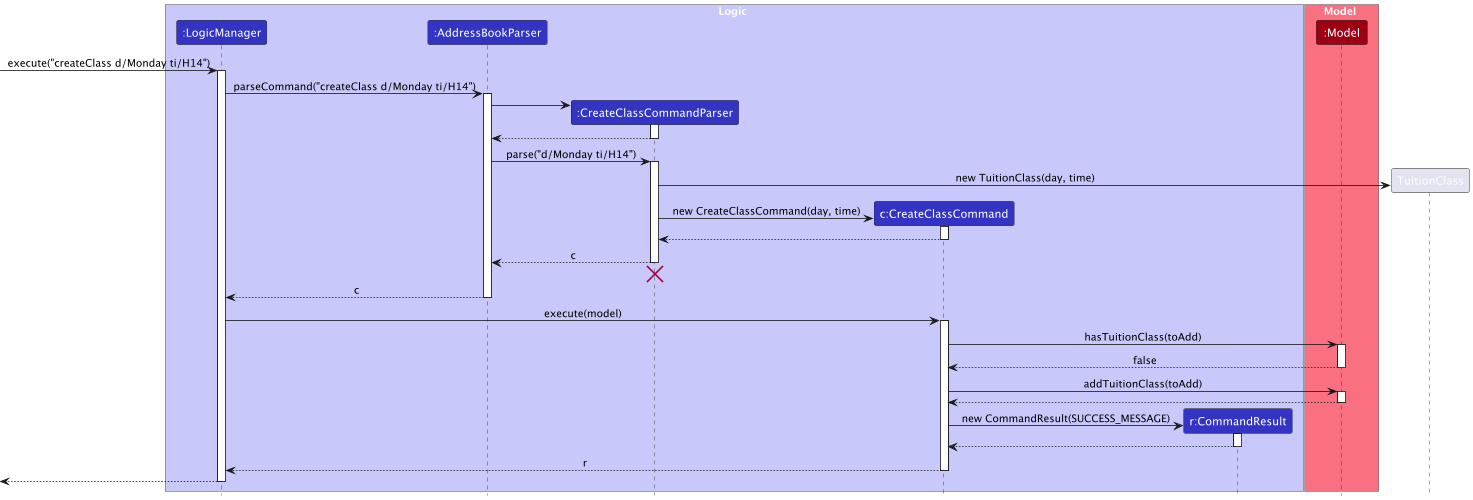
estherkyx/tp keeps this PlantUML diagram as docs/images/CreateClassCommandDiagram.png. Above is the earlier version.
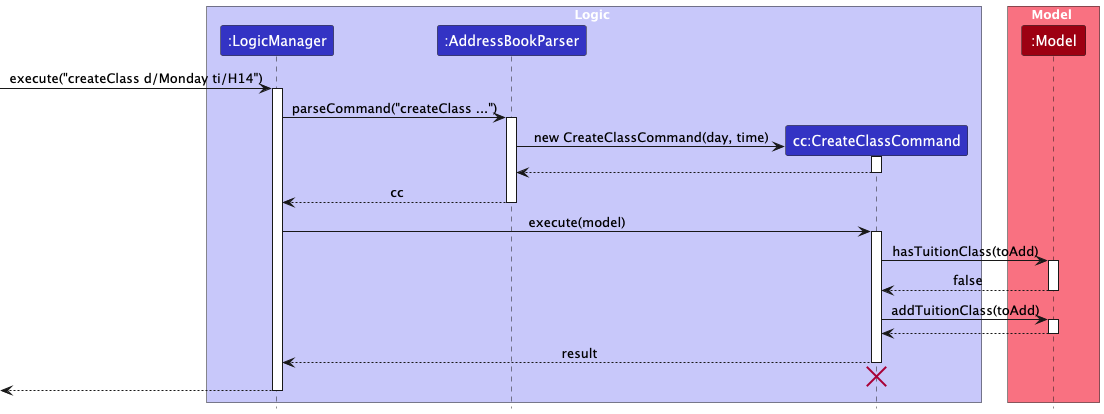
Later version of the same file.

Commit message:
Edit CreateClass Sequence Diagram to be more readable

Diff of the diagram source:
```diff
@@ -5,9 +5,7 @@
 box Logic LOGIC_COLOR_T1
 participant ":LogicManager" as LogicManager LOGIC_COLOR
 participant ":AddressBookParser" as AddressBookParser LOGIC_COLOR
-participant ":CreateClassCommandParser" as CreateClassCommandParser LOGIC_COLOR
-participant "c:CreateClassCommand" as CreateClassCommand LOGIC_COLOR
-participant "r:CommandResult" as CommandResult LOGIC_COLOR
+participant "cc:CreateClassCommand" as CreateClassCommand LOGIC_COLOR
 end box
 
 box Model MODEL_COLOR_T1
@@ -17,35 +15,17 @@
 [-> LogicManager : execute("createClass d/Monday ti/H14")
 activate LogicManager
 
-LogicManager -> AddressBookParser : parseCommand("createClass d/Monday ti/H14")
+LogicManager -> AddressBookParser : parseCommand("createClass ...")
 activate AddressBookParser
 
-create CreateClassCommandParser
-AddressBookParser -> CreateClassCommandParser
-activate CreateClassCommandParser
-
-CreateClassCommandParser --> AddressBookParser
-deactivate CreateClassCommandParser
-
-AddressBookParser -> CreateClassCommandParser : parse("d/Monday ti/H14")
-activate CreateClassCommandParser
-
-create TuitionClass
-CreateClassCommandParser -> TuitionClass : new TuitionClass(day, time)
-
 create CreateClassCommand
-CreateClassCommandParser -> CreateClassCommand : new CreateClassCommand(day, time)
+AddressBookParser -> CreateClassCommand : new CreateClassCommand(day, time)
 activate CreateClassCommand
 
-CreateClassCommand --> CreateClassCommandParser
+CreateClassCommand --> AddressBookParser
 deactivate CreateClassCommand
 
-CreateClassCommandParser --> AddressBookParser : c
-deactivate CreateClassCommandParser
-CreateClassCommandParser -[hidden]-> AddressBookParser
-destroy CreateClassCommandParser
-
-AddressBookParser --> LogicManager : c
+AddressBookParser --> LogicManager : cc
 deactivate AddressBookParser
 
 LogicManager -> CreateClassCommand : execute(model)
@@ -61,15 +41,10 @@
 Model --> CreateClassCommand
 deactivate Model
 
-create CommandResult
-CreateClassCommand -> CommandResult : new CommandResult(SUCCESS_MESSAGE)
-activate CommandResult
-
-CommandResult --> CreateClassCommand
-deactivate CommandResult
-
-CreateClassCommand --> LogicManager : r
+CreateClassCommand --> LogicManager : result
 deactivate CreateClassCommand
+CreateClassCommand -[hidden]-> LogicManager
+destroy CreateClassCommand
 
 [<--LogicManager
 deactivate LogicManager
```
